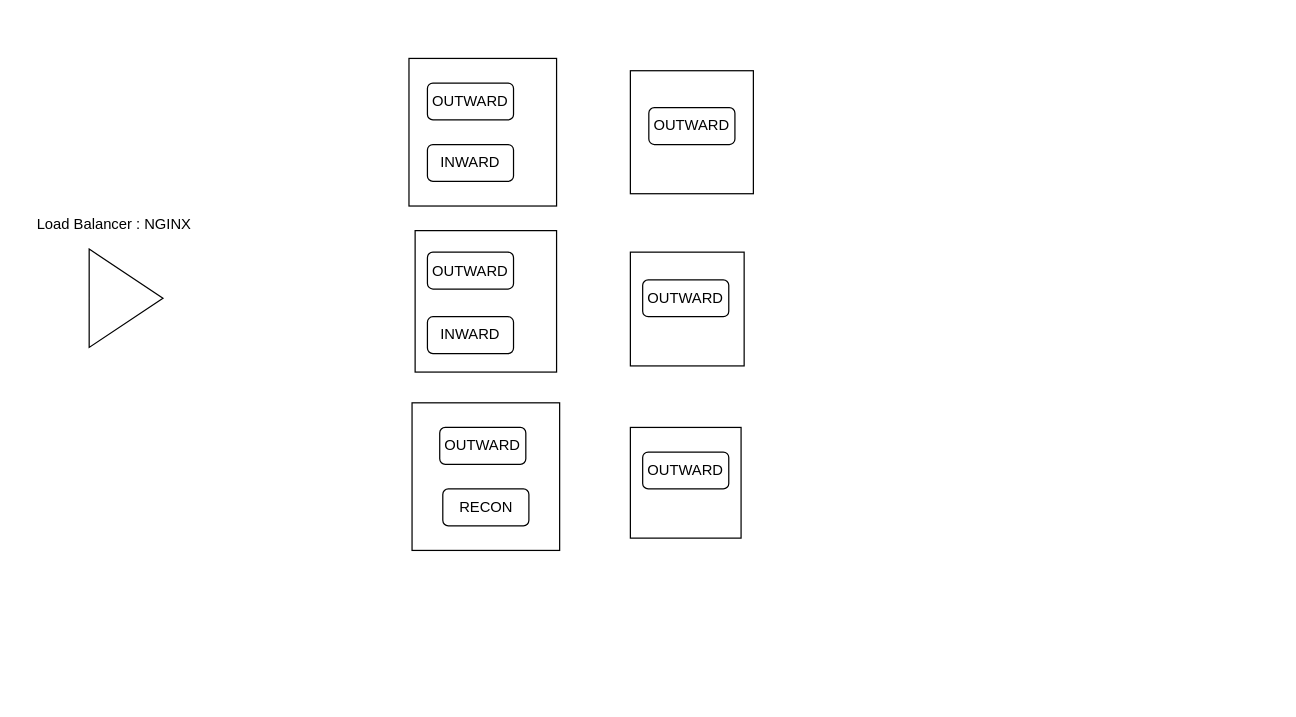
Earlier version of the draw.io diagram RBI_IMPS.drawio (ashwiniadlakha/draw_io). Source tidied: cells renumbered, new cells numbered last; positions are measured from the earlier drawing's top-left corner, leaving out a move shared by most shapes. Both pictures are drawn from the tidied source at 123%, with x=0, y=0 at pixel (21, 58).
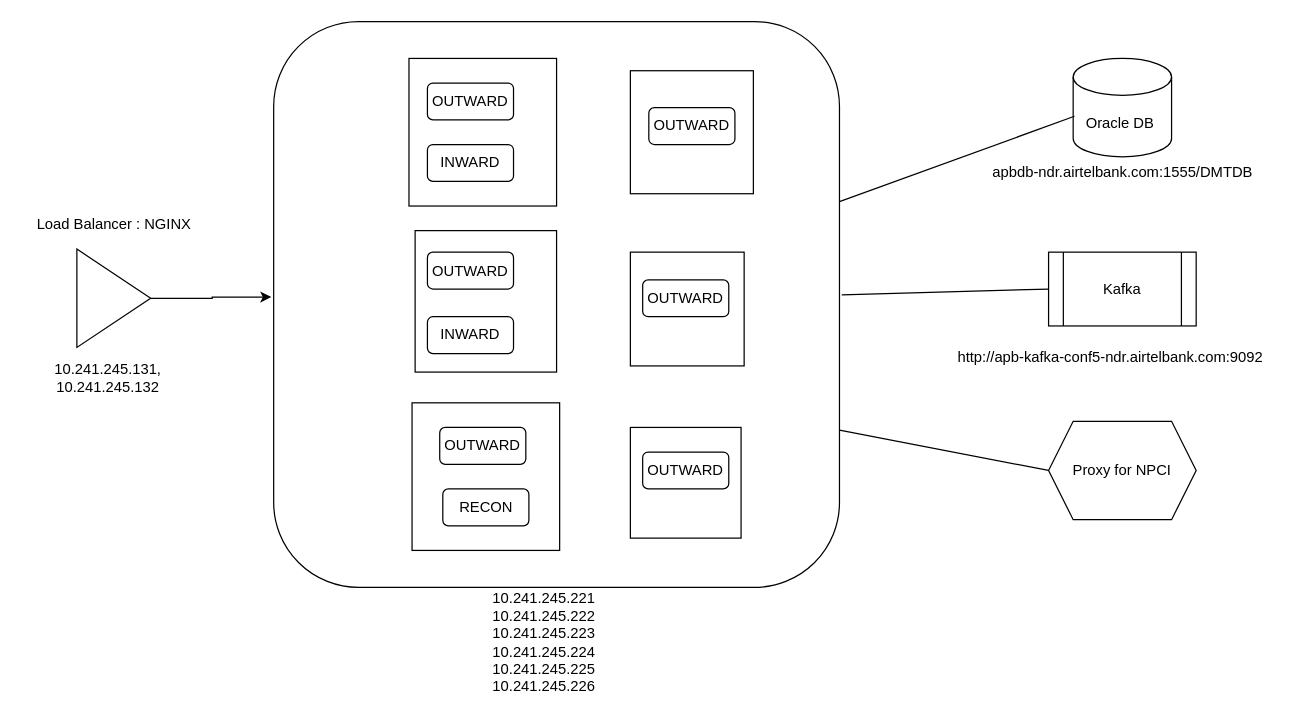
The same diagram, later.

What changed in the source:
```diff
@@
+    <mxCell id="19" style="rounded=1;whiteSpace=wrap;html=1;" parent="1" vertex="1">
+      <mxGeometry x="205" y="-30" width="460" height="460" as="geometry" />
+    </mxCell>
@@
+    <mxCell id="20" style="edgeStyle=orthogonalEdgeStyle;rounded=0;jettySize=auto;html=1;entryX=-0.004;entryY=0.487;entryDx=0;entryDy=0;entryPerimeter=0;" parent="1" edge="1" source="18" target="19">
+      <mxGeometry relative="1" as="geometry" />
+    </mxCell>
     <mxCell id="18" style="triangle;whiteSpace=wrap;html=1;" parent="1" vertex="1">
-      <mxGeometry x="55" y="155" width="60" height="80" as="geometry" />
+      <mxGeometry x="45" y="155" width="60" height="80" as="geometry" />
     </mxCell>
+    <mxCell id="21" value="Oracle DB&amp;nbsp;" style="shape=cylinder3;whiteSpace=wrap;html=1;boundedLbl=1;backgroundOutline=1;size=15;" parent="1" vertex="1">
+      <mxGeometry x="855" width="80" height="80" as="geometry" />
+    </mxCell>
+    <mxCell id="22" value="Kafka" style="shape=process;whiteSpace=wrap;html=1;backgroundOutline=1;" parent="1" vertex="1">
+      <mxGeometry x="835" y="157.5" width="120" height="60" as="geometry" />
+    </mxCell>
+    <mxCell id="23" value="Proxy for NPCI" style="shape=hexagon;perimeter=hexagonPerimeter2;whiteSpace=wrap;html=1;fixedSize=1;" parent="1" vertex="1">
+      <mxGeometry x="835" y="295" width="120" height="80" as="geometry" />
+    </mxCell>
+    <mxCell id="24" style="endArrow=none;html=1;rounded=0;entryX=0.013;entryY=0.588;entryDx=0;entryDy=0;entryPerimeter=0;" parent="1" edge="1" source="19" target="21">
+      <mxGeometry relative="1" as="geometry" />
+    </mxCell>
+    <mxCell id="25" style="endArrow=none;html=1;rounded=0;entryX=0;entryY=0.5;entryDx=0;entryDy=0;exitX=1.004;exitY=0.483;exitDx=0;exitDy=0;exitPerimeter=0;" parent="1" edge="1" source="19" target="22">
+      <mxGeometry relative="1" as="geometry" />
+    </mxCell>
+    <mxCell id="26" style="endArrow=none;html=1;rounded=0;entryX=0;entryY=0.5;entryDx=0;entryDy=0;exitX=1;exitY=0.722;exitDx=0;exitDy=0;exitPerimeter=0;" parent="1" edge="1" source="19" target="23">
+      <mxGeometry relative="1" as="geometry" />
+    </mxCell>
+    <mxCell id="27" value="&lt;div&gt;10.241.245.131,&lt;br&gt;&lt;span style=&quot;background-color: initial;&quot;&gt;10.241.245.132&lt;/span&gt;&lt;/div&gt;" style="text;html=1;align=center;verticalAlign=middle;strokeColor=none;fillColor=none;" parent="1" vertex="1">
+      <mxGeometry x="15" y="240" width="110" height="40" as="geometry" />
+    </mxCell>
+    <mxCell id="28" value="&lt;div style=&quot;border-color: var(--border-color);&quot;&gt;10.241.245.221&lt;/div&gt;&lt;div style=&quot;border-color: var(--border-color);&quot;&gt;10.241.245.222&lt;/div&gt;&lt;div style=&quot;border-color: var(--border-color);&quot;&gt;&lt;div style=&quot;border-color: var(--border-color);&quot;&gt;10.241.245.223&lt;/div&gt;&lt;div style=&quot;border-color: var(--border-color);&quot;&gt;&lt;span style=&quot;background-color: initial;&quot;&gt;10.241.245.224&lt;/span&gt;&lt;/div&gt;&lt;div style=&quot;border-color: var(--border-color);&quot;&gt;10.241.245.225&lt;/div&gt;&lt;div style=&quot;border-color: var(--border-color);&quot;&gt;10.241.245.226&lt;/div&gt;&lt;/div&gt;" style="text;html=1;strokeColor=none;fillColor=none;align=center;verticalAlign=middle;whiteSpace=wrap;rounded=0;" parent="1" vertex="1">
+      <mxGeometry x="395" y="460" width="60" height="30" as="geometry" />
+    </mxCell>
+    <mxCell id="29" value="http://apb-kafka-conf5-ndr.airtelbank.com:9092" style="text;html=1;align=center;verticalAlign=middle;strokeColor=none;fillColor=none;" parent="1" vertex="1">
+      <mxGeometry x="750" y="228" width="270" height="30" as="geometry" />
+    </mxCell>
+    <mxCell id="30" value="apbdb-ndr.airtelbank.com:1555/DMTDB" style="text;html=1;align=center;verticalAlign=middle;strokeColor=none;fillColor=none;" parent="1" vertex="1">
+      <mxGeometry x="780" y="78" width="230" height="30" as="geometry" />
+    </mxCell>
```
